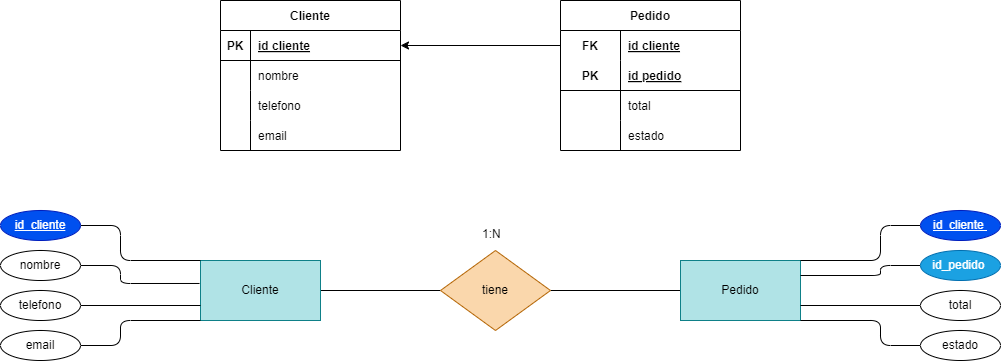
The draw.io diagram Tareas/Unidad2/ejercicio2.4.drawio.png in WhiteCascade/BAE, before a commit. Source tidied: cells renumbered, new cells last; positions are measured from the earlier drawing's top-left corner, leaving out a move shared by most shapes.
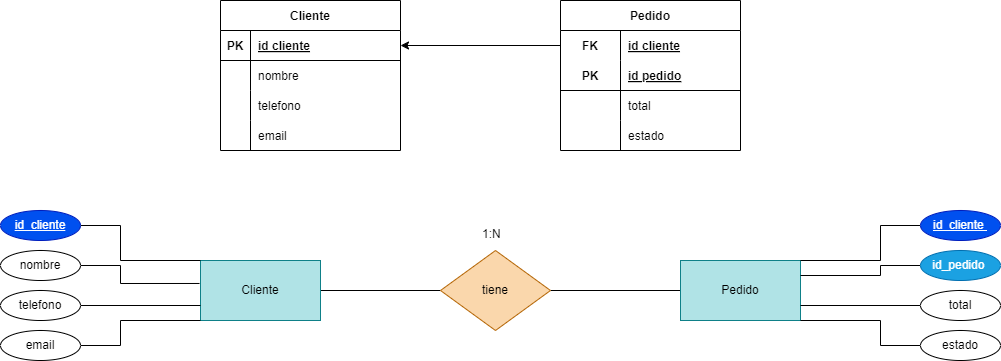
Later version of the same file.

Change to the diagram source:
```diff
@@ -98,7 +98,7 @@
     <mxCell id="33" value="tiene" style="rhombus;whiteSpace=wrap;html=1;fillColor=#fad7ac;strokeColor=#b46504;" parent="1" vertex="1">
       <mxGeometry x="440" y="250" width="110" height="80" as="geometry" />
     </mxCell>
-    <mxCell id="34" style="edgeStyle=none;html=1;entryX=0;entryY=0;entryDx=0;entryDy=0;endArrow=none;endFill=0;" parent="1" edge="1" source="35" target="30">
+    <mxCell id="34" style="edgeStyle=none;html=1;entryX=0;entryY=0;entryDx=0;entryDy=0;endArrow=none;endFill=0;rounded=0;" parent="1" edge="1" source="35" target="30">
       <mxGeometry relative="1" as="geometry">
         <Array as="points">
           <mxPoint x="120" y="225" />
@@ -109,7 +109,7 @@
     <mxCell id="35" value="&lt;u&gt;id_cliente&lt;/u&gt;" style="ellipse;whiteSpace=wrap;html=1;fillColor=#0050ef;fontColor=#ffffff;strokeColor=#001DBC;" parent="1" vertex="1">
       <mxGeometry y="210" width="80" height="30" as="geometry" />
     </mxCell>
-    <mxCell id="36" style="edgeStyle=none;html=1;endArrow=none;endFill=0;entryX=-0.008;entryY=0.383;entryDx=0;entryDy=0;entryPerimeter=0;" parent="1" edge="1" source="37" target="30">
+    <mxCell id="36" style="edgeStyle=none;html=1;endArrow=none;endFill=0;entryX=-0.008;entryY=0.383;entryDx=0;entryDy=0;entryPerimeter=0;rounded=0;" parent="1" edge="1" source="37" target="30">
       <mxGeometry relative="1" as="geometry">
         <Array as="points">
           <mxPoint x="120" y="265" />
@@ -126,7 +126,7 @@
     <mxCell id="39" value="telefono" style="ellipse;whiteSpace=wrap;html=1;" parent="1" vertex="1">
       <mxGeometry y="290" width="80" height="30" as="geometry" />
     </mxCell>
-    <mxCell id="40" style="edgeStyle=none;html=1;entryX=0;entryY=1;entryDx=0;entryDy=0;endArrow=none;endFill=0;" parent="1" edge="1" source="41" target="30">
+    <mxCell id="40" style="edgeStyle=none;html=1;entryX=0;entryY=1;entryDx=0;entryDy=0;endArrow=none;endFill=0;rounded=0;" parent="1" edge="1" source="41" target="30">
       <mxGeometry relative="1" as="geometry">
         <Array as="points">
           <mxPoint x="120" y="345" />
@@ -143,7 +143,7 @@
     <mxCell id="43" value="total" style="ellipse;whiteSpace=wrap;html=1;" parent="1" vertex="1">
       <mxGeometry x="920" y="290" width="80" height="30" as="geometry" />
     </mxCell>
-    <mxCell id="44" style="edgeStyle=none;html=1;entryX=1;entryY=0.25;entryDx=0;entryDy=0;endArrow=none;endFill=0;" parent="1" edge="1" source="45" target="32">
+    <mxCell id="44" style="edgeStyle=none;html=1;entryX=1;entryY=0.25;entryDx=0;entryDy=0;endArrow=none;endFill=0;rounded=0;" parent="1" edge="1" source="45" target="32">
       <mxGeometry relative="1" as="geometry">
         <Array as="points">
           <mxPoint x="880" y="265" />
@@ -154,7 +154,7 @@
     <mxCell id="45" value="&lt;span style=&quot;text-align: left;&quot;&gt;id_pedido&amp;nbsp;&lt;/span&gt;" style="ellipse;whiteSpace=wrap;html=1;fillColor=#1ba1e2;fontColor=#ffffff;strokeColor=#006EAF;" parent="1" vertex="1">
       <mxGeometry x="920" y="250" width="80" height="30" as="geometry" />
     </mxCell>
-    <mxCell id="46" style="edgeStyle=none;html=1;entryX=1;entryY=0;entryDx=0;entryDy=0;endArrow=none;endFill=0;" parent="1" edge="1" source="47" target="32">
+    <mxCell id="46" style="edgeStyle=none;html=1;entryX=1;entryY=0;entryDx=0;entryDy=0;endArrow=none;endFill=0;rounded=0;" parent="1" edge="1" source="47" target="32">
       <mxGeometry relative="1" as="geometry">
         <Array as="points">
           <mxPoint x="880" y="225" />
@@ -165,7 +165,7 @@
     <mxCell id="47" value="&lt;span style=&quot;text-align: left;&quot;&gt;&lt;u&gt;id_cliente&amp;nbsp;&lt;/u&gt;&lt;/span&gt;" style="ellipse;whiteSpace=wrap;html=1;fillColor=#0050ef;fontColor=#ffffff;strokeColor=#001DBC;" parent="1" vertex="1">
       <mxGeometry x="920" y="210" width="80" height="30" as="geometry" />
     </mxCell>
-    <mxCell id="48" style="edgeStyle=none;html=1;entryX=1;entryY=1;entryDx=0;entryDy=0;endArrow=none;endFill=0;" parent="1" edge="1" source="49" target="32">
+    <mxCell id="48" style="edgeStyle=none;html=1;entryX=1;entryY=1;entryDx=0;entryDy=0;endArrow=none;endFill=0;rounded=0;" parent="1" edge="1" source="49" target="32">
       <mxGeometry relative="1" as="geometry">
         <Array as="points">
           <mxPoint x="880" y="345" />
```
